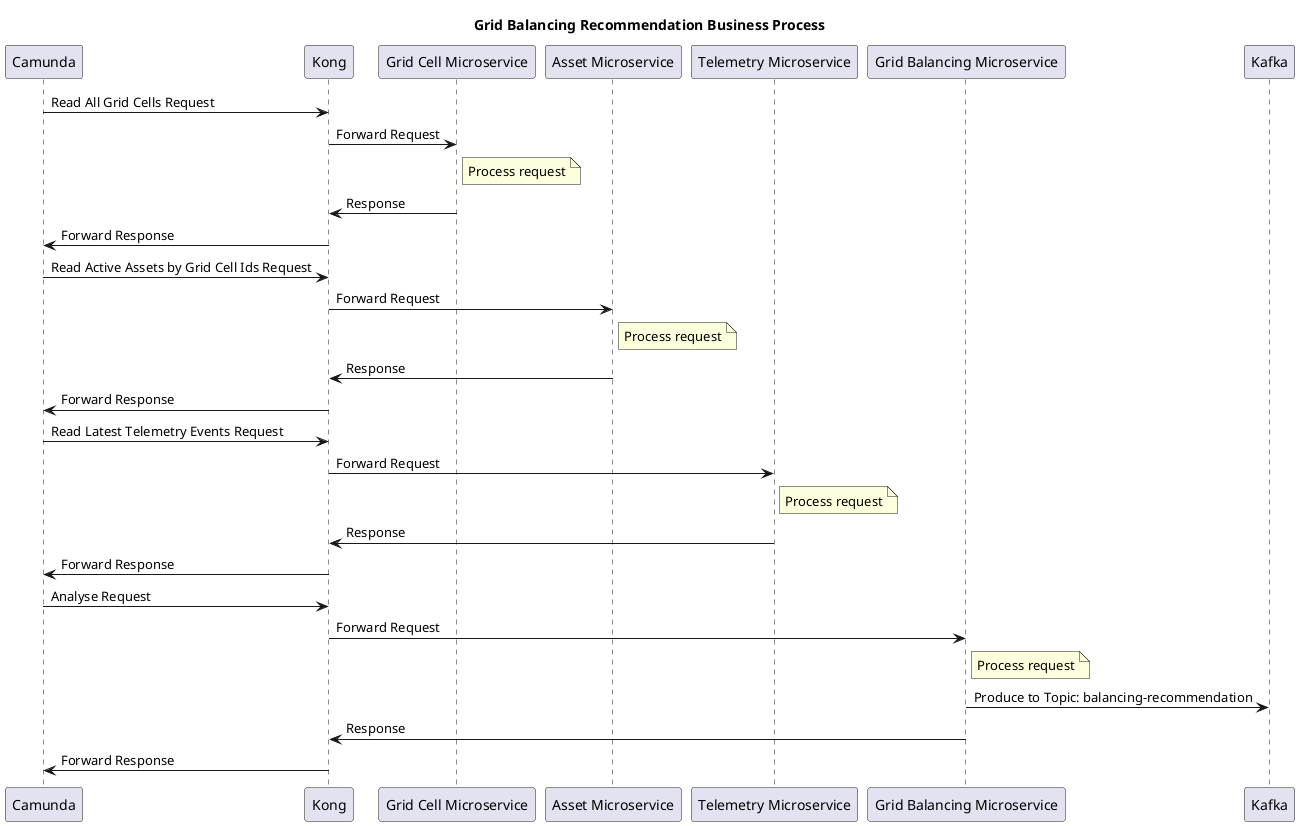
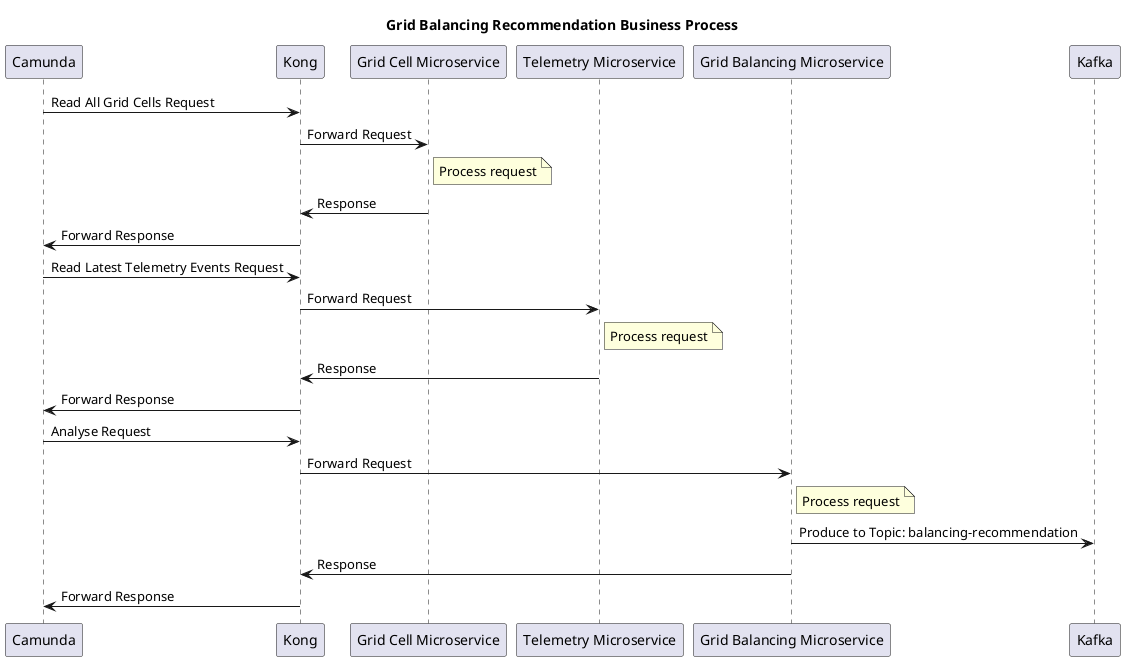
@startuml GridBalancingRecommendation
title Grid Balancing Recommendation Business Process

/'
Get all grid cells using the Grid Cell Microservice. GET /GridCell
- Get active assets in those grid cells using the Asset Microservice. GET /Asset/active/by-grid-cell-ids?cellIds=<id>
- Get latest telemetry events for those assets in current grid cells using the Telemetry Microservice. GET /Telemetry/latest
+ Get latest telemetry events for those grid cells using the Telemetry Microservice. GET /Telemetry/latest
+ (Each telemetry event carries its own grid_cell_id, so we don't need to query Asset by grid cell.)
Send to Grid Balancing Microservice for processing and produce balancing events. POST /balance

The business process does not need to query the Prosumer, Utility Operator and Asset Link microservices - as it is in
the project statement - since all the information we need can be obtained from the previous endpoints.
'/

participant Camunda
participant Kong
participant "Grid Cell Microservice" as GC
- participant "Asset Microservice" as Asset
participant "Telemetry Microservice" as Tel
participant "Grid Balancing Microservice" as GB
participant Kafka

Camunda -> Kong : Read All Grid Cells Request
Kong -> GC : Forward Request
note right of GC : Process request
GC -> Kong : Response
- Kong -> Camunda : Forward Response
- 
- Camunda -> Kong : Read Active Assets by Grid Cell Ids Request
- Kong -> Asset : Forward Request
- note right of Asset : Process request
- Asset -> Kong : Response
Kong -> Camunda : Forward Response

Camunda -> Kong : Read Latest Telemetry Events Request
Kong -> Tel : Forward Request
note right of Tel : Process request
Tel -> Kong : Response
Kong -> Camunda : Forward Response

Camunda -> Kong : Analyse Request
Kong -> GB : Forward Request
note right of GB : Process request
GB -> Kafka : Produce to Topic: balancing-recommendation
GB -> Kong : Response
Kong -> Camunda : Forward Response
@enduml